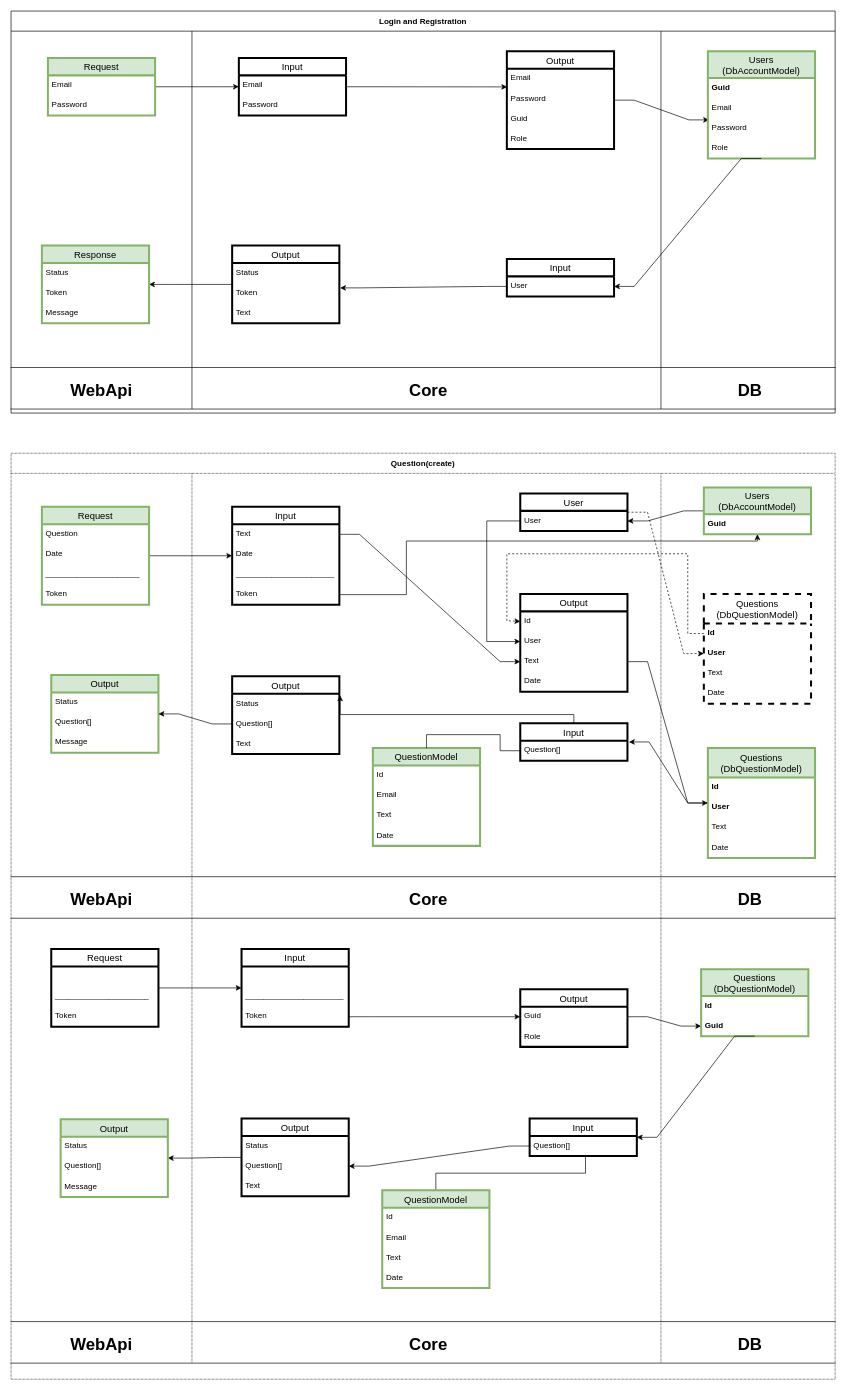
This is Interaction scheme.drawio from EricRoux/podcast-app, a draw.io file, before an edit. Source tidied: cells renumbered, new cells numbered last; positions are measured from the earlier drawing's top-left corner, leaving out a move shared by most shapes. Both pictures are drawn from the tidied source at 67%, with x=0, y=0 at pixel (11, 11).
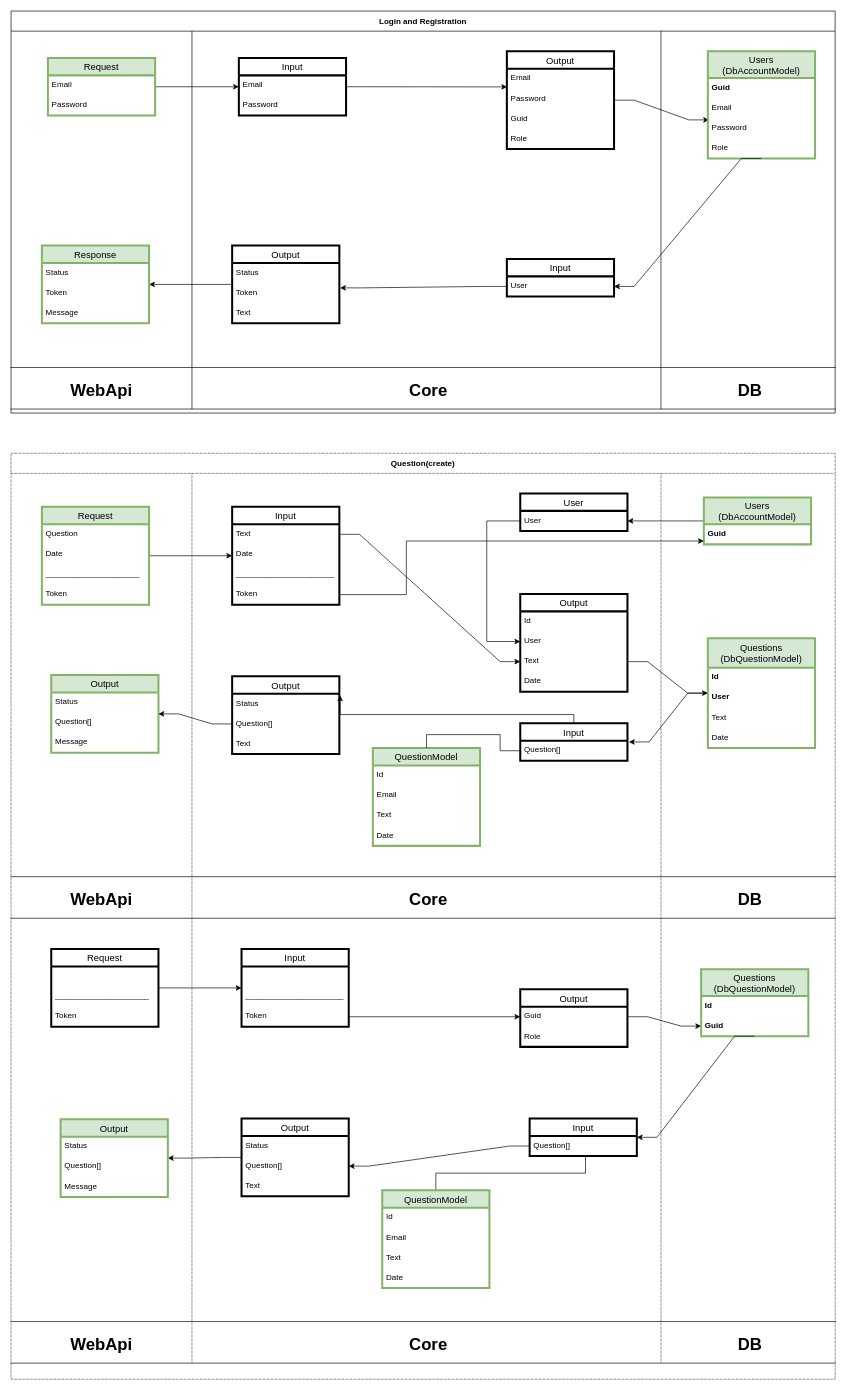
After the change.

Commit message (it also covers changes not shown here):
Cange Interaction scheme(UI)

The change refers to these unchanged cells:
```xml
<mxCell id="72" value="Id" style="text;strokeColor=none;fillColor=none;spacingLeft=4;spacingRight=4;overflow=hidden;points=[[0,0.5],[1,0.5]];portConstraint=eastwest;fontSize=12;" parent="71" vertex="1">
  <mxGeometry y="26" width="160" height="30" as="geometry" />
</mxCell>
<mxCell id="143" value="User" style="swimlane;fontStyle=0;horizontal=1;startSize=26;align=center;fontSize=14;strokeWidth=3;" parent="1" vertex="1">
  <mxGeometry x="760" y="720" width="160" height="56" as="geometry" />
</mxCell>
```

Change to the diagram source:
```diff
@@
     <mxCell id="77" value="Questions&#10;(DbQuestionModel)" style="swimlane;fontStyle=0;horizontal=1;startSize=44;align=center;fontSize=14;strokeWidth=3;fillColor=#d5e8d4;strokeColor=#82b366;" parent="1" vertex="1">
-      <mxGeometry x="1040" y="1100" width="160" height="164" as="geometry" />
+      <mxGeometry x="1040" y="936" width="160" height="164" as="geometry" />
     </mxCell>
@@
     <mxCell id="138" value="Users&#10;(DbAccountModel)" style="swimlane;fontStyle=0;horizontal=1;startSize=40;align=center;fontSize=14;strokeWidth=3;fillColor=#d5e8d4;strokeColor=#82b366;" parent="1" vertex="1">
-      <mxGeometry x="1034" y="711" width="160" height="70" as="geometry" />
+      <mxGeometry x="1034" y="726" width="160" height="70" as="geometry" />
     </mxCell>
@@
-    <mxCell id="142" style="edgeStyle=entityRelationEdgeStyle;rounded=0;jettySize=auto;html=1;endArrow=classic;endFill=1;strokeColor=default;dashed=1;" parent="1" edge="1" source="143" target="147">
-      <mxGeometry relative="1" as="geometry" />
-    </mxCell>
@@
-    <mxCell id="145" value="Questions&#10;(DbQuestionModel)" style="swimlane;fontStyle=0;horizontal=1;startSize=44;align=center;fontSize=14;strokeWidth=3;dashed=1;" parent="1" vertex="1">
-      <mxGeometry x="1034" y="870" width="160" height="164" as="geometry" />
-    </mxCell>
-    <mxCell id="146" value="Id" style="text;strokeColor=none;fillColor=none;spacingLeft=4;spacingRight=4;overflow=hidden;points=[[0,0.5],[1,0.5]];portConstraint=eastwest;fontSize=12;fontStyle=1;" parent="145" vertex="1">
-      <mxGeometry y="44" width="160" height="30" as="geometry" />
-    </mxCell>
-    <mxCell id="147" value="User" style="text;strokeColor=none;fillColor=none;spacingLeft=4;spacingRight=4;overflow=hidden;points=[[0,0.5],[1,0.5]];portConstraint=eastwest;fontSize=12;fontStyle=1;" parent="145" vertex="1">
-      <mxGeometry y="74" width="160" height="30" as="geometry" />
-    </mxCell>
-    <mxCell id="148" value="Text" style="text;strokeColor=none;fillColor=none;spacingLeft=4;spacingRight=4;overflow=hidden;fontSize=12;" parent="145" vertex="1">
-      <mxGeometry y="104" width="160" height="30" as="geometry" />
-    </mxCell>
-    <mxCell id="149" value="Date" style="text;strokeColor=none;fillColor=none;spacingLeft=4;spacingRight=4;overflow=hidden;fontSize=12;" parent="145" vertex="1">
-      <mxGeometry y="134" width="160" height="30" as="geometry" />
-    </mxCell>
-    <mxCell id="150" style="edgeStyle=orthogonalEdgeStyle;rounded=0;jettySize=auto;html=1;entryX=0;entryY=0.5;entryDx=0;entryDy=0;endArrow=classic;endFill=1;dashed=1;" parent="1" edge="1" source="146" target="72">
-      <mxGeometry relative="1" as="geometry">
-        <Array as="points">
-          <mxPoint x="1010" y="929" />
-          <mxPoint x="1010" y="810" />
-          <mxPoint x="740" y="810" />
-          <mxPoint x="740" y="910" />
-          <mxPoint x="760" y="910" />
-        </Array>
-      </mxGeometry>
-    </mxCell>
```
